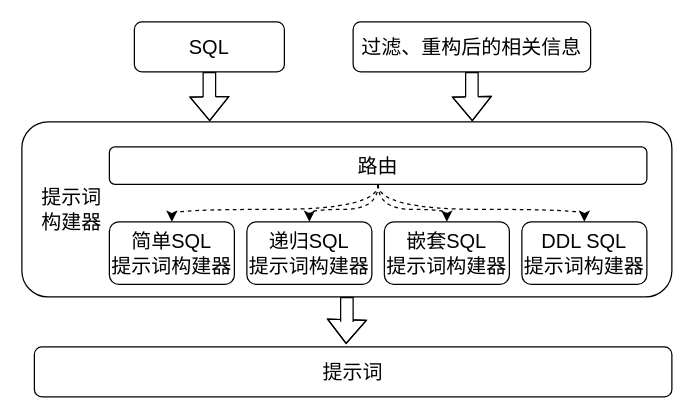
The draw.io diagram drawioFile/promptBuilder.drawio in Olive-2019/drawio-source, before the edit. Source tidied: cells renumbered, new cells numbered last; positions are measured from the earlier drawing's top-left corner, leaving out a move shared by most shapes. Both pictures are drawn from the tidied source at 125%, with x=0, y=0 at pixel (21, 21).
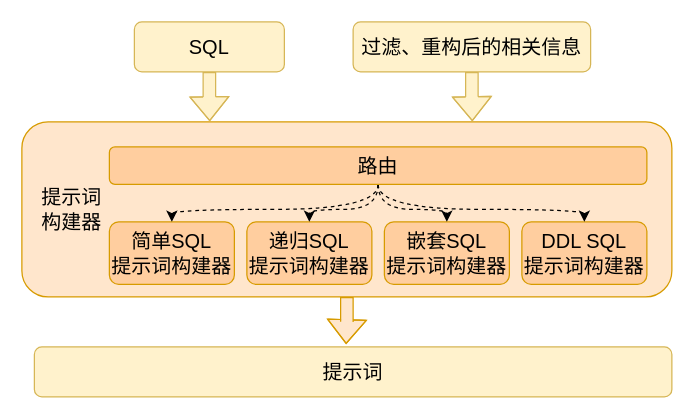
Above is the later version.

Diff of the diagram source:
```diff
@@
 <mxGraphModel>
   <root>
     <mxCell id="0" />
     <mxCell id="1" parent="0" />
-    <mxCell id="2" style="rounded=1;whiteSpace=wrap;html=1;" parent="1" vertex="1">
+    <mxCell id="2" style="rounded=1;whiteSpace=wrap;html=1;fillColor=#ffe6cc;strokeColor=#d79b00;" parent="1" vertex="1">
       <mxGeometry y="80" width="520" height="140" as="geometry" />
     </mxCell>
-    <mxCell id="3" value="SQL" style="rounded=1;whiteSpace=wrap;html=1;fontSize=16;" parent="1" vertex="1">
+    <mxCell id="3" value="SQL" style="rounded=1;whiteSpace=wrap;html=1;fontSize=16;fillColor=#fff2cc;strokeColor=#d6b656;" parent="1" vertex="1">
       <mxGeometry x="90" width="120" height="40" as="geometry" />
     </mxCell>
-    <mxCell id="4" value="简单SQL&lt;div&gt;提示词构建器&lt;/div&gt;" style="rounded=1;whiteSpace=wrap;html=1;fontSize=16;" parent="1" vertex="1">
+    <mxCell id="4" value="简单SQL&lt;div&gt;提示词构建器&lt;/div&gt;" style="rounded=1;whiteSpace=wrap;html=1;fontSize=16;fillColor=#FFCE9F;strokeColor=#d79b00;" parent="1" vertex="1">
       <mxGeometry x="70" y="160" width="100" height="50" as="geometry" />
     </mxCell>
-    <mxCell id="5" value="递归SQL&lt;div&gt;提示词构建器&lt;/div&gt;" style="rounded=1;whiteSpace=wrap;html=1;fontSize=16;" parent="1" vertex="1">
+    <mxCell id="5" value="递归SQL&lt;div&gt;提示词构建器&lt;/div&gt;" style="rounded=1;whiteSpace=wrap;html=1;fontSize=16;fillColor=#FFCE9F;strokeColor=#d79b00;" parent="1" vertex="1">
       <mxGeometry x="180" y="160" width="100" height="50" as="geometry" />
     </mxCell>
-    <mxCell id="6" value="DDL SQL&lt;div&gt;提示词构建器&lt;/div&gt;" style="rounded=1;whiteSpace=wrap;html=1;fontSize=16;" parent="1" vertex="1">
+    <mxCell id="6" value="DDL SQL&lt;div&gt;提示词构建器&lt;/div&gt;" style="rounded=1;whiteSpace=wrap;html=1;fontSize=16;fillColor=#FFCE9F;strokeColor=#d79b00;" parent="1" vertex="1">
       <mxGeometry x="400" y="160" width="100" height="50" as="geometry" />
     </mxCell>
-    <mxCell id="7" value="嵌套SQL&lt;div&gt;提示词构建器&lt;/div&gt;" style="rounded=1;whiteSpace=wrap;html=1;fontSize=16;" parent="1" vertex="1">
+    <mxCell id="7" value="嵌套SQL&lt;div&gt;提示词构建器&lt;/div&gt;" style="rounded=1;whiteSpace=wrap;html=1;fontSize=16;fillColor=#FFCE9F;strokeColor=#d79b00;" parent="1" vertex="1">
       <mxGeometry x="290" y="160" width="100" height="50" as="geometry" />
     </mxCell>
     <mxCell id="8" style="edgeStyle=orthogonalEdgeStyle;rounded=0;jettySize=auto;html=1;entryX=0.5;entryY=0;entryDx=0;entryDy=0;curved=1;dashed=1;" parent="1" edge="1" source="12" target="4">
       <mxGeometry relative="1" as="geometry" />
     </mxCell>
     <mxCell id="9" style="edgeStyle=orthogonalEdgeStyle;rounded=0;jettySize=auto;html=1;entryX=0.5;entryY=0;entryDx=0;entryDy=0;curved=1;dashed=1;" parent="1" edge="1" source="12" target="5">
       <mxGeometry relative="1" as="geometry" />
     </mxCell>
     <mxCell id="10" style="edgeStyle=orthogonalEdgeStyle;rounded=0;jettySize=auto;html=1;curved=1;dashed=1;" parent="1" edge="1" source="12" target="7">
       <mxGeometry relative="1" as="geometry" />
     </mxCell>
     <mxCell id="11" style="edgeStyle=orthogonalEdgeStyle;rounded=0;jettySize=auto;html=1;entryX=0.5;entryY=0;entryDx=0;entryDy=0;dashed=1;curved=1;" parent="1" edge="1" source="12" target="6">
       <mxGeometry relative="1" as="geometry" />
     </mxCell>
-    <mxCell id="12" value="路由" style="rounded=1;whiteSpace=wrap;html=1;fontSize=16;" parent="1" vertex="1">
+    <mxCell id="12" value="路由" style="rounded=1;whiteSpace=wrap;html=1;fontSize=16;fillColor=#FFCE9F;strokeColor=#d79b00;" parent="1" vertex="1">
       <mxGeometry x="70" y="100" width="430" height="30" as="geometry" />
     </mxCell>
-    <mxCell id="13" value="过滤、重构后的相关信息" style="rounded=1;whiteSpace=wrap;html=1;fontSize=16;" parent="1" vertex="1">
+    <mxCell id="13" value="过滤、重构后的相关信息" style="rounded=1;whiteSpace=wrap;html=1;fontSize=16;fillColor=#fff2cc;strokeColor=#d6b656;" parent="1" vertex="1">
       <mxGeometry x="265" width="190" height="40" as="geometry" />
     </mxCell>
     <mxCell id="14" value="提示词构建器" style="text;html=1;align=center;verticalAlign=middle;whiteSpace=wrap;rounded=0;fontSize=16;" parent="1" vertex="1">
       <mxGeometry x="10" y="135" width="60" height="30" as="geometry" />
     </mxCell>
-    <mxCell id="15" style="edgeStyle=orthogonalEdgeStyle;rounded=0;jettySize=auto;html=1;entryX=0.289;entryY=-0.004;entryDx=0;entryDy=0;entryPerimeter=0;shape=flexArrow;" parent="1" edge="1" source="3" target="2">
+    <mxCell id="15" style="edgeStyle=orthogonalEdgeStyle;rounded=0;jettySize=auto;html=1;entryX=0.289;entryY=-0.004;entryDx=0;entryDy=0;entryPerimeter=0;shape=flexArrow;fillColor=#fff2cc;strokeColor=#d6b656;" parent="1" edge="1" source="3" target="2">
       <mxGeometry relative="1" as="geometry" />
     </mxCell>
-    <mxCell id="16" style="edgeStyle=orthogonalEdgeStyle;rounded=0;jettySize=auto;html=1;entryX=0.693;entryY=-0.004;entryDx=0;entryDy=0;entryPerimeter=0;shape=flexArrow;" parent="1" edge="1" source="13" target="2">
+    <mxCell id="16" style="edgeStyle=orthogonalEdgeStyle;rounded=0;jettySize=auto;html=1;entryX=0.693;entryY=-0.004;entryDx=0;entryDy=0;entryPerimeter=0;shape=flexArrow;fillColor=#fff2cc;strokeColor=#d6b656;" parent="1" edge="1" source="13" target="2">
       <mxGeometry relative="1" as="geometry" />
     </mxCell>
-    <mxCell id="17" value="提示词" style="rounded=1;whiteSpace=wrap;html=1;fontSize=16;" parent="1" vertex="1">
+    <mxCell id="17" value="提示词" style="rounded=1;whiteSpace=wrap;html=1;fontSize=16;fillColor=#fff2cc;strokeColor=#d6b656;" parent="1" vertex="1">
       <mxGeometry x="10" y="260" width="510" height="40" as="geometry" />
     </mxCell>
-    <mxCell id="18" style="edgeStyle=orthogonalEdgeStyle;rounded=0;jettySize=auto;html=1;entryX=0.489;entryY=-0.056;entryDx=0;entryDy=0;entryPerimeter=0;shape=flexArrow;" parent="1" edge="1" source="2" target="17">
+    <mxCell id="18" style="edgeStyle=orthogonalEdgeStyle;rounded=0;jettySize=auto;html=1;entryX=0.489;entryY=-0.056;entryDx=0;entryDy=0;entryPerimeter=0;shape=flexArrow;fillColor=#ffe6cc;strokeColor=#d79b00;" parent="1" edge="1" source="2" target="17">
       <mxGeometry relative="1" as="geometry" />
     </mxCell>
   </root>
 </mxGraphModel>
```
